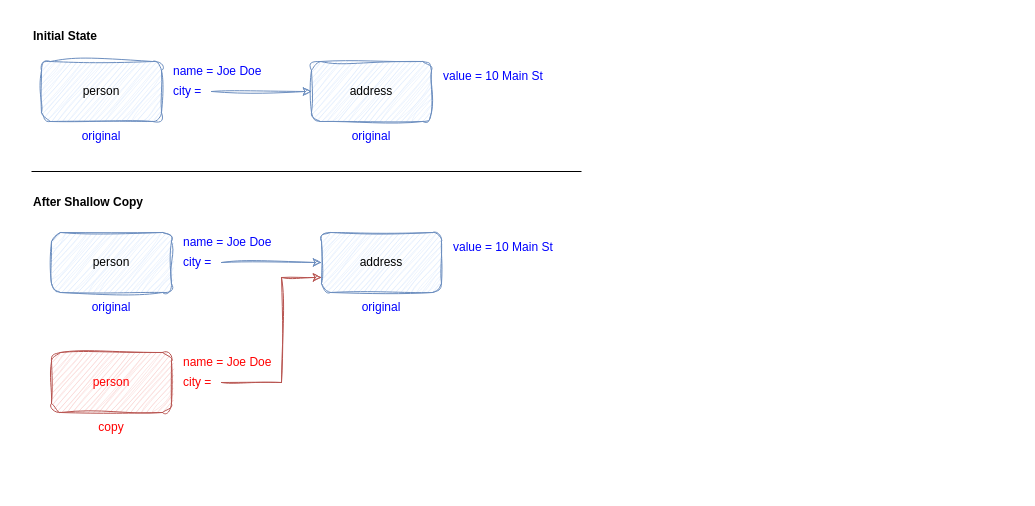
gbornia/baeldung-articles keeps this draw.io diagram as deep-vs-shallow-copy/2023-12-01-java-shallow-and-deep-copy.drawio. Above is the earlier version. Source tidied: cells renumbered, new cells numbered last; positions are measured from the earlier drawing's top-left corner, leaving out a move shared by most shapes. Both pictures are drawn from the tidied source at 100%, with x=0, y=0 at pixel (31, 21).
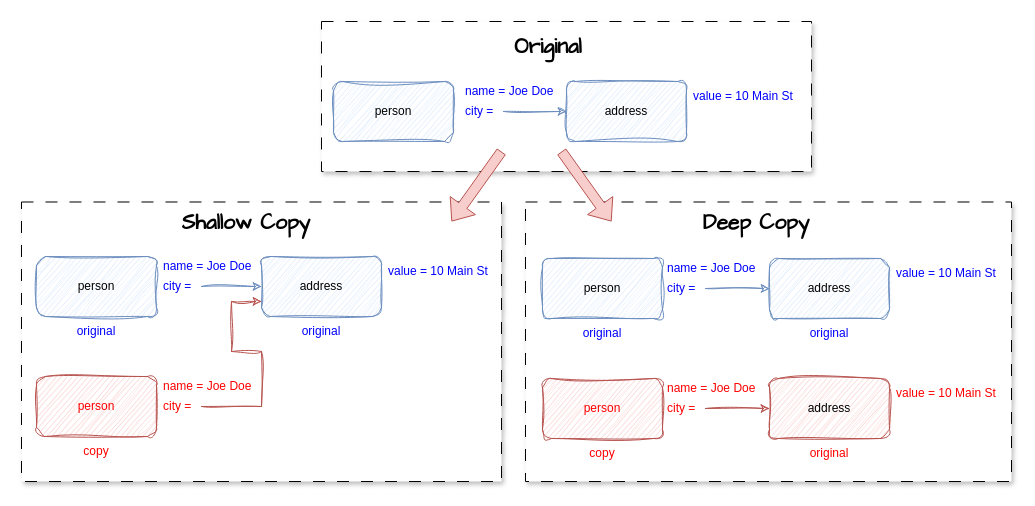
The same diagram, later.

The edit, as a diff of the source:
```diff
@@
-    <mxCell id="2" value="person" style="rounded=1;whiteSpace=wrap;html=1;sketch=1;curveFitting=1;jiggle=2;fillColor=#dae8fc;strokeColor=#6c8ebf;" parent="1" vertex="1">
-      <mxGeometry x="10" y="40" width="120" height="60" as="geometry" />
-    </mxCell>
-    <mxCell id="3" value="name = Joe Doe" style="text;html=1;strokeColor=none;fillColor=none;align=left;verticalAlign=middle;whiteSpace=wrap;rounded=0;fontColor=#0000FF;" parent="1" vertex="1">
-      <mxGeometry x="140" y="35" width="100" height="30" as="geometry" />
-    </mxCell>
-    <mxCell id="4" style="rounded=0;jettySize=auto;html=1;exitX=1;exitY=0.5;exitDx=0;exitDy=0;entryX=0;entryY=0.5;entryDx=0;entryDy=0;sketch=1;curveFitting=1;jiggle=2;fontColor=#0000FF;fillColor=#dae8fc;strokeColor=#6c8ebf;" parent="1" edge="1" source="5" target="6">
-      <mxGeometry relative="1" as="geometry" />
-    </mxCell>
-    <mxCell id="5" value="city =" style="text;html=1;strokeColor=none;fillColor=none;align=left;verticalAlign=middle;whiteSpace=wrap;rounded=0;fontColor=#0000FF;" parent="1" vertex="1">
-      <mxGeometry x="140" y="55" width="40" height="30" as="geometry" />
-    </mxCell>
-    <mxCell id="6" value="address" style="rounded=1;whiteSpace=wrap;html=1;sketch=1;curveFitting=1;jiggle=2;fillColor=#dae8fc;strokeColor=#6c8ebf;" parent="1" vertex="1">
-      <mxGeometry x="280" y="40" width="120" height="60" as="geometry" />
-    </mxCell>
-    <mxCell id="7" value="value = 10 Main St" style="text;html=1;strokeColor=none;fillColor=none;align=left;verticalAlign=middle;whiteSpace=wrap;rounded=0;fontColor=#0000FF;" parent="1" vertex="1">
-      <mxGeometry x="410" y="40" width="110" height="30" as="geometry" />
-    </mxCell>
-    <mxCell id="8" value="&lt;b&gt;Initial State&lt;/b&gt;" style="text;html=1;strokeColor=none;fillColor=none;align=left;verticalAlign=middle;whiteSpace=wrap;rounded=0;" parent="1" vertex="1">
-      <mxGeometry width="120" height="30" as="geometry" />
-    </mxCell>
-    <mxCell id="9" value="&lt;b&gt;After Shallow Copy&lt;/b&gt;" style="text;html=1;strokeColor=none;fillColor=none;align=left;verticalAlign=middle;whiteSpace=wrap;rounded=0;" parent="1" vertex="1">
-      <mxGeometry y="166" width="180" height="30" as="geometry" />
-    </mxCell>
-    <mxCell id="10" value="original" style="text;html=1;strokeColor=none;fillColor=none;align=center;verticalAlign=middle;whiteSpace=wrap;rounded=0;fontColor=#0000FF;" parent="1" vertex="1">
-      <mxGeometry x="40" y="100" width="60" height="30" as="geometry" />
-    </mxCell>
-    <mxCell id="11" value="original" style="text;html=1;strokeColor=none;fillColor=none;align=center;verticalAlign=middle;whiteSpace=wrap;rounded=0;fontColor=#0000FF;" parent="1" vertex="1">
-      <mxGeometry x="310" y="100" width="60" height="30" as="geometry" />
-    </mxCell>
+    <mxCell id="26" style="rounded=0;whiteSpace=wrap;html=1;dashed=1;shadow=1;dashPattern=12 12;" parent="1" vertex="1">
+      <mxGeometry x="290" width="490" height="150" as="geometry" />
+    </mxCell>
+    <mxCell id="27" value="Original" style="text;html=1;strokeColor=none;fillColor=none;align=center;verticalAlign=middle;whiteSpace=wrap;rounded=0;fontStyle=1;fontSize=21;fontFamily=Comic Sans MS;" parent="1" vertex="1">
+      <mxGeometry x="432" y="10" width="170" height="30" as="geometry" />
+    </mxCell>
+    <mxCell id="28" style="rounded=0;whiteSpace=wrap;html=1;dashed=1;shadow=1;dashPattern=12 12;" parent="1" vertex="1">
+      <mxGeometry x="494" y="180.5" width="486" height="279.5" as="geometry" />
+    </mxCell>
+    <mxCell id="29" value="Deep Copy" style="text;html=1;strokeColor=none;fillColor=none;align=center;verticalAlign=middle;whiteSpace=wrap;rounded=0;fontStyle=1;fontSize=21;fontFamily=Comic Sans MS;" parent="1" vertex="1">
+      <mxGeometry x="640" y="186" width="170" height="30" as="geometry" />
+    </mxCell>
+    <mxCell id="30" style="rounded=0;whiteSpace=wrap;html=1;dashed=1;shadow=1;dashPattern=12 12;" parent="1" vertex="1">
+      <mxGeometry x="-10" y="180.5" width="480" height="279.5" as="geometry" />
+    </mxCell>
     <mxCell id="12" value="person" style="rounded=1;whiteSpace=wrap;html=1;sketch=1;curveFitting=1;jiggle=2;fillColor=#dae8fc;strokeColor=#6c8ebf;" parent="1" vertex="1">
-      <mxGeometry x="20" y="211" width="120" height="60" as="geometry" />
+      <mxGeometry x="5" y="235" width="120" height="60" as="geometry" />
     </mxCell>
     <mxCell id="13" value="name = Joe Doe" style="text;html=1;strokeColor=none;fillColor=none;align=left;verticalAlign=middle;whiteSpace=wrap;rounded=0;fontColor=#0000FF;" parent="1" vertex="1">
-      <mxGeometry x="150" y="206" width="100" height="30" as="geometry" />
+      <mxGeometry x="130" y="230" width="100" height="30" as="geometry" />
     </mxCell>
@@
     <mxCell id="15" value="city =" style="text;html=1;strokeColor=none;fillColor=none;align=left;verticalAlign=middle;whiteSpace=wrap;rounded=0;fontColor=#0000FF;" parent="1" vertex="1">
-      <mxGeometry x="150" y="226" width="40" height="30" as="geometry" />
+      <mxGeometry x="130" y="250" width="40" height="30" as="geometry" />
     </mxCell>
     <mxCell id="16" value="address" style="rounded=1;whiteSpace=wrap;html=1;sketch=1;curveFitting=1;jiggle=2;fillColor=#dae8fc;strokeColor=#6c8ebf;" parent="1" vertex="1">
-      <mxGeometry x="290" y="211" width="120" height="60" as="geometry" />
+      <mxGeometry x="230" y="235" width="120" height="60" as="geometry" />
     </mxCell>
     <mxCell id="17" value="value = 10 Main St" style="text;html=1;strokeColor=none;fillColor=none;align=left;verticalAlign=middle;whiteSpace=wrap;rounded=0;fontColor=#0000FF;" parent="1" vertex="1">
-      <mxGeometry x="420" y="211" width="110" height="30" as="geometry" />
+      <mxGeometry x="355" y="235" width="110" height="30" as="geometry" />
     </mxCell>
     <mxCell id="18" value="original" style="text;html=1;strokeColor=none;fillColor=none;align=center;verticalAlign=middle;whiteSpace=wrap;rounded=0;fontColor=#0000FF;" parent="1" vertex="1">
-      <mxGeometry x="50" y="271" width="60" height="30" as="geometry" />
+      <mxGeometry x="35" y="295" width="60" height="30" as="geometry" />
     </mxCell>
     <mxCell id="19" value="original" style="text;html=1;strokeColor=none;fillColor=none;align=center;verticalAlign=middle;whiteSpace=wrap;rounded=0;fontColor=#0000FF;" parent="1" vertex="1">
-      <mxGeometry x="320" y="271" width="60" height="30" as="geometry" />
+      <mxGeometry x="260" y="295" width="60" height="30" as="geometry" />
     </mxCell>
     <mxCell id="20" value="person" style="rounded=1;whiteSpace=wrap;html=1;sketch=1;curveFitting=1;jiggle=2;fillColor=#f8cecc;strokeColor=#b85450;fontColor=#FF0000;" parent="1" vertex="1">
-      <mxGeometry x="20" y="331" width="120" height="60" as="geometry" />
+      <mxGeometry x="5" y="355" width="120" height="60" as="geometry" />
     </mxCell>
     <mxCell id="21" value="name = Joe Doe" style="text;html=1;strokeColor=none;fillColor=none;align=left;verticalAlign=middle;whiteSpace=wrap;rounded=0;fontColor=#FF0000;" parent="1" vertex="1">
-      <mxGeometry x="150" y="326" width="100" height="30" as="geometry" />
+      <mxGeometry x="130" y="350" width="100" height="30" as="geometry" />
     </mxCell>
     <mxCell id="22" style="rounded=0;jettySize=auto;html=1;exitX=1;exitY=0.5;exitDx=0;exitDy=0;entryX=0;entryY=0.75;entryDx=0;entryDy=0;sketch=1;curveFitting=1;jiggle=2;fillColor=#f8cecc;strokeColor=#b85450;" parent="1" edge="1" target="16">
       <mxGeometry relative="1" as="geometry">
-        <mxPoint x="190" y="361" as="sourcePoint" />
+        <mxPoint x="170" y="385" as="sourcePoint" />
         <Array as="points">
-          <mxPoint x="250" y="361" />
-          <mxPoint x="250" y="256" />
+          <mxPoint x="230" y="385" />
+          <mxPoint x="230" y="330" />
+          <mxPoint x="200" y="330" />
+          <mxPoint x="200" y="280" />
+          <mxPoint x="230" y="280" />
         </Array>
       </mxGeometry>
     </mxCell>
     <mxCell id="23" value="copy" style="text;html=1;strokeColor=none;fillColor=none;align=center;verticalAlign=middle;whiteSpace=wrap;rounded=0;fontColor=#FF0000;" parent="1" vertex="1">
-      <mxGeometry x="50" y="391" width="60" height="30" as="geometry" />
+      <mxGeometry x="35" y="415" width="60" height="30" as="geometry" />
     </mxCell>
     <mxCell id="24" value="city =" style="text;html=1;strokeColor=none;fillColor=none;align=left;verticalAlign=middle;whiteSpace=wrap;rounded=0;fontColor=#FF0000;" parent="1" vertex="1">
-      <mxGeometry x="150" y="346" width="40" height="30" as="geometry" />
+      <mxGeometry x="130" y="370" width="40" height="30" as="geometry" />
     </mxCell>
-    <mxCell id="25" style="endArrow=none;html=1;rounded=0;" parent="1" edge="1">
-      <mxGeometry relative="1" as="geometry">
-        <mxPoint y="150" as="sourcePoint" />
-        <mxPoint x="550" y="150" as="targetPoint" />
-      </mxGeometry>
-    </mxCell>
+    <mxCell id="31" value="person" style="rounded=1;whiteSpace=wrap;html=1;sketch=1;curveFitting=1;jiggle=2;fillColor=#dae8fc;strokeColor=#6c8ebf;" parent="1" vertex="1">
+      <mxGeometry x="302" y="60" width="120" height="60" as="geometry" />
+    </mxCell>
+    <mxCell id="32" value="name = Joe Doe" style="text;html=1;strokeColor=none;fillColor=none;align=left;verticalAlign=middle;whiteSpace=wrap;rounded=0;fontColor=#0000FF;" parent="1" vertex="1">
+      <mxGeometry x="432" y="55" width="100" height="30" as="geometry" />
+    </mxCell>
+    <mxCell id="33" style="rounded=0;jettySize=auto;html=1;exitX=1;exitY=0.5;exitDx=0;exitDy=0;entryX=0;entryY=0.5;entryDx=0;entryDy=0;sketch=1;curveFitting=1;jiggle=2;fontColor=#0000FF;fillColor=#dae8fc;strokeColor=#6c8ebf;" parent="1" edge="1" source="34" target="35">
+      <mxGeometry relative="1" as="geometry" />
+    </mxCell>
+    <mxCell id="34" value="city =" style="text;html=1;strokeColor=none;fillColor=none;align=left;verticalAlign=middle;whiteSpace=wrap;rounded=0;fontColor=#0000FF;" parent="1" vertex="1">
+      <mxGeometry x="432" y="75" width="40" height="30" as="geometry" />
+    </mxCell>
+    <mxCell id="35" value="address" style="rounded=1;whiteSpace=wrap;html=1;sketch=1;curveFitting=1;jiggle=2;fillColor=#dae8fc;strokeColor=#6c8ebf;" parent="1" vertex="1">
+      <mxGeometry x="535" y="60" width="120" height="60" as="geometry" />
+    </mxCell>
+    <mxCell id="36" value="value = 10 Main St" style="text;html=1;strokeColor=none;fillColor=none;align=left;verticalAlign=middle;whiteSpace=wrap;rounded=0;fontColor=#0000FF;" parent="1" vertex="1">
+      <mxGeometry x="660" y="60" width="110" height="30" as="geometry" />
+    </mxCell>
+    <mxCell id="37" value="person" style="rounded=1;whiteSpace=wrap;html=1;sketch=1;curveFitting=1;jiggle=2;fillColor=#dae8fc;strokeColor=#6c8ebf;" parent="1" vertex="1">
+      <mxGeometry x="511" y="237" width="120" height="60" as="geometry" />
+    </mxCell>
+    <mxCell id="38" value="name = Joe Doe" style="text;html=1;strokeColor=none;fillColor=none;align=left;verticalAlign=middle;whiteSpace=wrap;rounded=0;fontColor=#0000FF;" parent="1" vertex="1">
+      <mxGeometry x="634" y="232" width="100" height="30" as="geometry" />
+    </mxCell>
+    <mxCell id="39" style="rounded=0;jettySize=auto;html=1;exitX=1;exitY=0.5;exitDx=0;exitDy=0;entryX=0;entryY=0.5;entryDx=0;entryDy=0;sketch=1;curveFitting=1;jiggle=2;fillColor=#dae8fc;strokeColor=#6c8ebf;" parent="1" edge="1" source="40" target="41">
+      <mxGeometry relative="1" as="geometry" />
+    </mxCell>
+    <mxCell id="40" value="city =" style="text;html=1;strokeColor=none;fillColor=none;align=left;verticalAlign=middle;whiteSpace=wrap;rounded=0;fontColor=#0000FF;" parent="1" vertex="1">
+      <mxGeometry x="634" y="252" width="40" height="30" as="geometry" />
+    </mxCell>
+    <mxCell id="41" value="address" style="rounded=1;whiteSpace=wrap;html=1;sketch=1;curveFitting=1;jiggle=2;fillColor=#dae8fc;strokeColor=#6c8ebf;" parent="1" vertex="1">
+      <mxGeometry x="738" y="237" width="120" height="60" as="geometry" />
+    </mxCell>
+    <mxCell id="42" value="value = 10 Main St" style="text;html=1;strokeColor=none;fillColor=none;align=left;verticalAlign=middle;whiteSpace=wrap;rounded=0;fontColor=#0000FF;" parent="1" vertex="1">
+      <mxGeometry x="863" y="237" width="110" height="30" as="geometry" />
+    </mxCell>
+    <mxCell id="43" value="original" style="text;html=1;strokeColor=none;fillColor=none;align=center;verticalAlign=middle;whiteSpace=wrap;rounded=0;fontColor=#0000FF;" parent="1" vertex="1">
+      <mxGeometry x="541" y="297" width="60" height="30" as="geometry" />
+    </mxCell>
+    <mxCell id="44" value="original" style="text;html=1;strokeColor=none;fillColor=none;align=center;verticalAlign=middle;whiteSpace=wrap;rounded=0;fontColor=#0000FF;" parent="1" vertex="1">
+      <mxGeometry x="768" y="297" width="60" height="30" as="geometry" />
+    </mxCell>
+    <mxCell id="45" value="person" style="rounded=1;whiteSpace=wrap;html=1;sketch=1;curveFitting=1;jiggle=2;fillColor=#f8cecc;strokeColor=#b85450;fontColor=#FF0000;" parent="1" vertex="1">
+      <mxGeometry x="511" y="357" width="120" height="60" as="geometry" />
+    </mxCell>
+    <mxCell id="46" value="name = Joe Doe" style="text;html=1;strokeColor=none;fillColor=none;align=left;verticalAlign=middle;whiteSpace=wrap;rounded=0;fontColor=#FF0000;" parent="1" vertex="1">
+      <mxGeometry x="634" y="352" width="100" height="30" as="geometry" />
+    </mxCell>
+    <mxCell id="47" style="rounded=0;jettySize=auto;html=1;exitX=1;exitY=0.5;exitDx=0;exitDy=0;entryX=0;entryY=0.5;entryDx=0;entryDy=0;sketch=1;curveFitting=1;jiggle=2;fillColor=#f8cecc;strokeColor=#b85450;" parent="1" edge="1" target="50">
+      <mxGeometry relative="1" as="geometry">
+        <mxPoint x="674" y="387" as="sourcePoint" />
+      </mxGeometry>
+    </mxCell>
+    <mxCell id="48" value="copy" style="text;html=1;strokeColor=none;fillColor=none;align=center;verticalAlign=middle;whiteSpace=wrap;rounded=0;fontColor=#FF0000;" parent="1" vertex="1">
+      <mxGeometry x="541" y="417" width="60" height="30" as="geometry" />
+    </mxCell>
+    <mxCell id="49" value="city =" style="text;html=1;strokeColor=none;fillColor=none;align=left;verticalAlign=middle;whiteSpace=wrap;rounded=0;fontColor=#FF0000;" parent="1" vertex="1">
+      <mxGeometry x="634" y="372" width="40" height="30" as="geometry" />
+    </mxCell>
+    <mxCell id="50" value="address" style="rounded=1;whiteSpace=wrap;html=1;sketch=1;curveFitting=1;jiggle=2;fillColor=#f8cecc;strokeColor=#b85450;" parent="1" vertex="1">
+      <mxGeometry x="738" y="357" width="120" height="60" as="geometry" />
+    </mxCell>
+    <mxCell id="51" value="value = 10 Main St" style="text;html=1;strokeColor=none;fillColor=none;align=left;verticalAlign=middle;whiteSpace=wrap;rounded=0;fontColor=#FF0000;" parent="1" vertex="1">
+      <mxGeometry x="863" y="357" width="110" height="30" as="geometry" />
+    </mxCell>
+    <mxCell id="52" value="original" style="text;html=1;strokeColor=none;fillColor=none;align=center;verticalAlign=middle;whiteSpace=wrap;rounded=0;fontColor=#FF0000;" parent="1" vertex="1">
+      <mxGeometry x="768" y="417" width="60" height="30" as="geometry" />
+    </mxCell>
+    <mxCell id="53" value="Shallow Copy" style="text;html=1;strokeColor=none;fillColor=none;align=center;verticalAlign=middle;whiteSpace=wrap;rounded=0;fontStyle=1;fontSize=21;fontFamily=Comic Sans MS;" parent="1" vertex="1">
+      <mxGeometry x="130" y="186" width="170" height="30" as="geometry" />
+    </mxCell>
+    <mxCell id="54" style="shape=flexArrow;endArrow=classic;html=1;rounded=0;fillColor=#f8cecc;strokeColor=#b85450;" parent="1" edge="1">
+      <mxGeometry relative="1" as="geometry">
+        <mxPoint x="470" y="130" as="sourcePoint" />
+        <mxPoint x="420" y="200" as="targetPoint" />
+      </mxGeometry>
+    </mxCell>
+    <mxCell id="55" style="shape=flexArrow;endArrow=classic;html=1;rounded=0;fillColor=#f8cecc;strokeColor=#b85450;" parent="1" edge="1">
+      <mxGeometry relative="1" as="geometry">
+        <mxPoint x="530" y="130" as="sourcePoint" />
+        <mxPoint x="580" y="200" as="targetPoint" />
+      </mxGeometry>
+    </mxCell>
```
